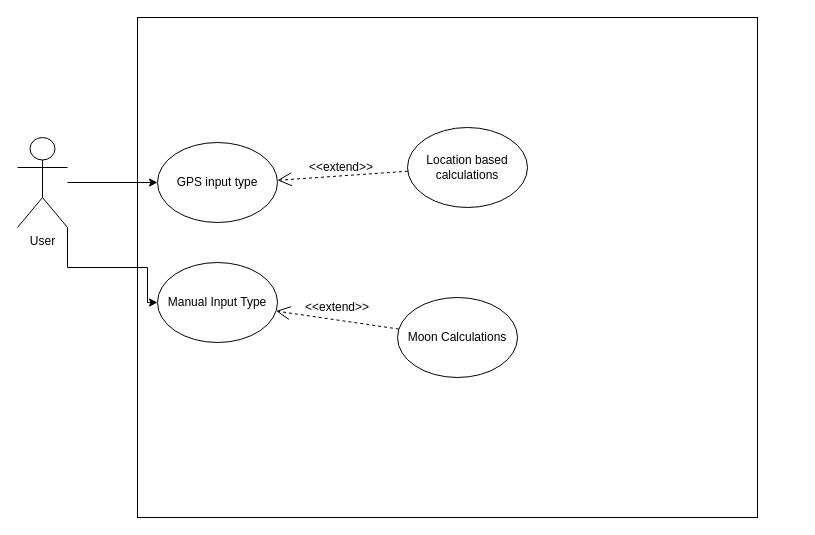
The draw.io diagram page "Use-case" (3 of 5) of CS458_Project3.drawio in emredermann/CS458_Project3, before the edit. Source tidied: cells renumbered, new cells numbered last; positions are measured from the earlier drawing's top-left corner, leaving out a move shared by most shapes. Both pictures are drawn from the tidied source at 100%, with x=0, y=0 at pixel (17, 17).
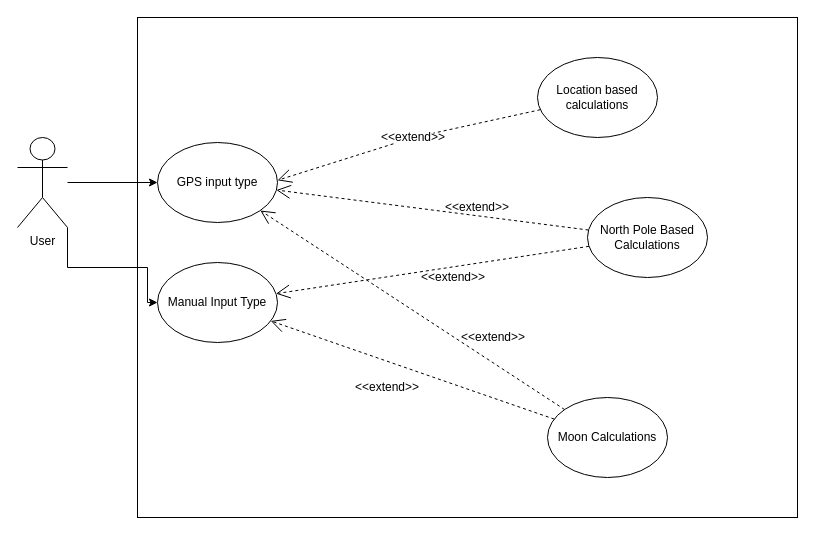
After the change.

The change refers to these unchanged cells:
```xml
<mxCell id="6" value="GPS input type" style="ellipse;whiteSpace=wrap;html=1;" parent="1" vertex="1">
  <mxGeometry x="140" y="125" width="120" height="80" as="geometry" />
</mxCell>
<mxCell id="7" value="Manual Input Type" style="ellipse;whiteSpace=wrap;html=1;" parent="1" vertex="1">
  <mxGeometry x="140" y="245" width="120" height="80" as="geometry" />
</mxCell>
```

Diff of the diagram source:
```diff
@@
     <mxCell id="2" style="rounded=0;whiteSpace=wrap;html=1;" parent="1" vertex="1">
-      <mxGeometry x="120" width="620" height="500" as="geometry" />
+      <mxGeometry x="120" width="660" height="500" as="geometry" />
     </mxCell>
@@
     <mxCell id="8" value="Moon Calculations" style="ellipse;whiteSpace=wrap;html=1;" parent="1" vertex="1">
-      <mxGeometry x="380" y="280" width="120" height="80" as="geometry" />
+      <mxGeometry x="530" y="380" width="120" height="80" as="geometry" />
     </mxCell>
     <mxCell id="9" value="Location based calculations" style="ellipse;whiteSpace=wrap;html=1;" parent="1" vertex="1">
-      <mxGeometry x="390" y="110" width="120" height="80" as="geometry" />
+      <mxGeometry x="520" y="40" width="120" height="80" as="geometry" />
     </mxCell>
@@
     <mxCell id="11" value="&amp;lt;&amp;lt;extend&amp;gt;&amp;gt;" style="text;html=1;strokeColor=none;fillColor=none;align=center;verticalAlign=middle;whiteSpace=wrap;rounded=0;rotation=0;" parent="1" vertex="1">
-      <mxGeometry x="300" y="280" width="40" height="20" as="geometry" />
+      <mxGeometry x="350" y="360" width="40" height="20" as="geometry" />
     </mxCell>
-    <mxCell id="12" style="endArrow=open;endSize=12;dashed=1;html=1;" parent="1" edge="1" source="9">
+    <mxCell id="12" style="endArrow=open;endSize=12;dashed=1;html=1;startArrow=none;" parent="1" edge="1" source="13">
       <mxGeometry relative="1" as="geometry">
         <mxPoint x="260" y="162.8" as="targetPoint" />
       </mxGeometry>
     </mxCell>
     <mxCell id="13" value="&amp;lt;&amp;lt;extend&amp;gt;&amp;gt;" style="text;html=1;strokeColor=none;fillColor=none;align=center;verticalAlign=middle;whiteSpace=wrap;rounded=0;rotation=0;" parent="1" vertex="1">
-      <mxGeometry x="304" y="140" width="40" height="20" as="geometry" />
+      <mxGeometry x="375.9" y="110" width="40" height="20" as="geometry" />
     </mxCell>
+    <mxCell id="14" style="endArrow=none;endSize=12;dashed=1;html=1;" parent="1" edge="1" source="9" target="13">
+      <mxGeometry relative="1" as="geometry" />
+    </mxCell>
+    <mxCell id="15" value="North Pole Based Calculations" style="ellipse;whiteSpace=wrap;html=1;" parent="1" vertex="1">
+      <mxGeometry x="570" y="180" width="120" height="80" as="geometry" />
+    </mxCell>
+    <mxCell id="16" style="endArrow=open;endSize=12;dashed=1;html=1;" parent="1" edge="1" source="15" target="6">
+      <mxGeometry relative="1" as="geometry" />
+    </mxCell>
+    <mxCell id="17" value="&amp;lt;&amp;lt;extend&amp;gt;&amp;gt;" style="text;html=1;strokeColor=none;fillColor=none;align=center;verticalAlign=middle;whiteSpace=wrap;rounded=0;rotation=0;" parent="1" vertex="1">
+      <mxGeometry x="440" y="180" width="40" height="20" as="geometry" />
+    </mxCell>
+    <mxCell id="18" style="endArrow=open;endSize=12;dashed=1;html=1;" parent="1" edge="1" source="15" target="7">
+      <mxGeometry relative="1" as="geometry" />
+    </mxCell>
+    <mxCell id="19" value="&amp;lt;&amp;lt;extend&amp;gt;&amp;gt;" style="text;html=1;strokeColor=none;fillColor=none;align=center;verticalAlign=middle;whiteSpace=wrap;rounded=0;rotation=0;" parent="1" vertex="1">
+      <mxGeometry x="415.9" y="250" width="40" height="20" as="geometry" />
+    </mxCell>
+    <mxCell id="20" style="edgeStyle=orthogonalEdgeStyle;rounded=0;orthogonalLoop=1;jettySize=auto;html=1;exitX=0.5;exitY=1;exitDx=0;exitDy=0;" parent="1" edge="1" source="17" target="17">
+      <mxGeometry relative="1" as="geometry" />
+    </mxCell>
+    <mxCell id="21" style="endArrow=open;endSize=12;dashed=1;html=1;" parent="1" edge="1" source="8" target="6">
+      <mxGeometry relative="1" as="geometry" />
+    </mxCell>
+    <mxCell id="22" value="&amp;lt;&amp;lt;extend&amp;gt;&amp;gt;" style="text;html=1;strokeColor=none;fillColor=none;align=center;verticalAlign=middle;whiteSpace=wrap;rounded=0;rotation=0;" parent="1" vertex="1">
+      <mxGeometry x="455.9" y="310" width="40" height="20" as="geometry" />
+    </mxCell>
```
